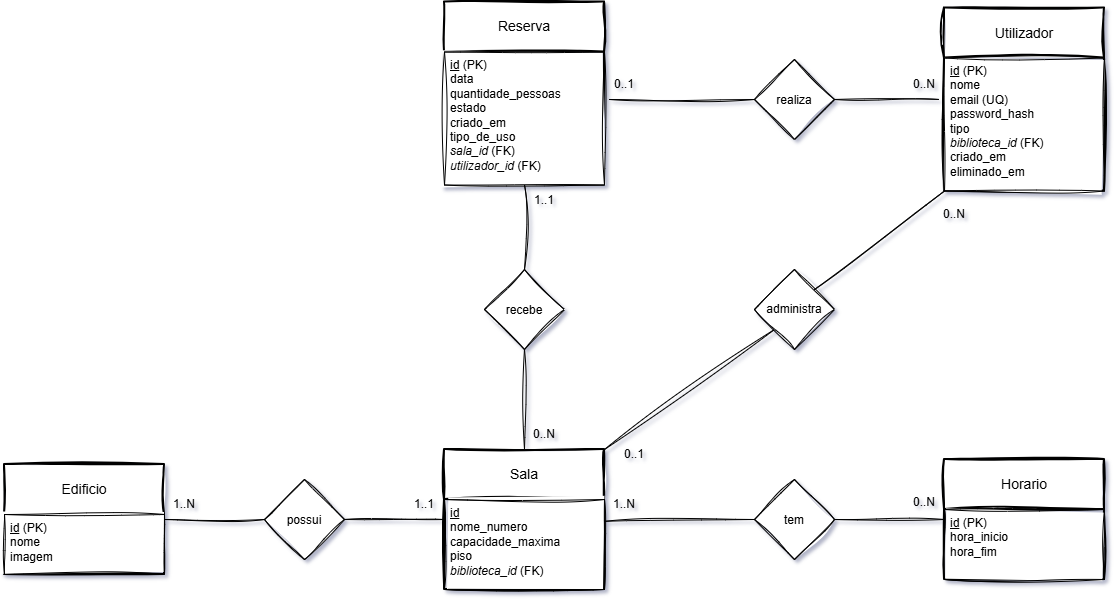
The draw.io diagram LAPR_projeto.drawio.png in TiagoCC23/2024118083_2024116801-LAPRTP1, before a commit. Source tidied: cells renumbered, new cells last; positions are measured from the earlier drawing's top-left corner, leaving out a move shared by most shapes.
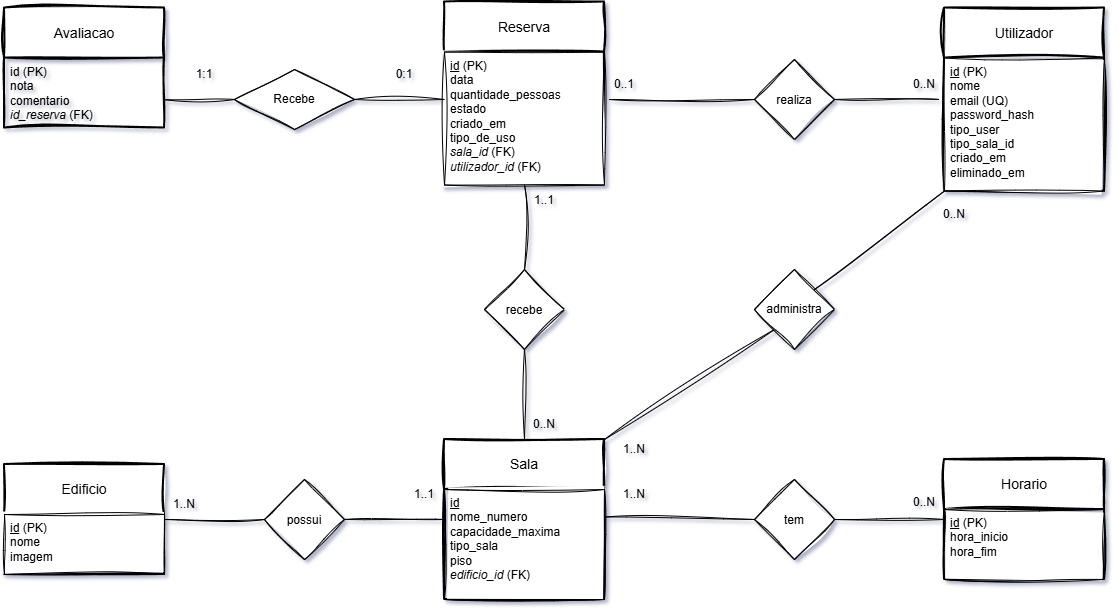
The same diagram one commit later.

What changed in the source:
```diff
@@ -9,10 +9,10 @@
       <mxGeometry y="50" width="160" height="60" as="geometry" />
     </mxCell>
     <mxCell id="4" value="Sala" style="swimlane;horizontal=1;startSize=50;rounded=0;fontSize=14;fontStyle=0;strokeWidth=2;shadow=0;dashed=0;align=center;arcSize=0;whiteSpace=wrap;html=1;sketch=1;curveFitting=1;jiggle=2;" parent="1" vertex="1">
-      <mxGeometry x="440" y="448" width="160" height="140" as="geometry" />
+      <mxGeometry x="440" y="438" width="160" height="160" as="geometry" />
     </mxCell>
-    <mxCell id="5" value="&lt;u&gt;id&lt;/u&gt;&lt;div&gt;nome_numero&lt;/div&gt;&lt;div&gt;capacidade_maxima&lt;/div&gt;&lt;div&gt;piso&lt;/div&gt;&lt;div&gt;&lt;i&gt;biblioteca_id&amp;nbsp;&lt;/i&gt;&lt;span style=&quot;background-color: transparent; color: light-dark(rgb(0, 0, 0), rgb(255, 255, 255));&quot;&gt;(FK)&lt;/span&gt;&lt;/div&gt;" style="align=left;spacingLeft=4;spacingRight=4;fontSize=12;verticalAlign=top;html=1;whiteSpace=wrap;shadow=0;rounded=0;sketch=1;curveFitting=1;jiggle=2;" parent="4" vertex="1">
-      <mxGeometry y="50" width="160" height="90" as="geometry" />
+    <mxCell id="5" value="&lt;u&gt;id&lt;/u&gt;&lt;div&gt;nome_numero&lt;/div&gt;&lt;div&gt;capacidade_maxima&lt;/div&gt;&lt;div&gt;tipo_sala&lt;/div&gt;&lt;div&gt;piso&lt;/div&gt;&lt;div&gt;&lt;i&gt;edificio_id&amp;nbsp;&lt;/i&gt;&lt;span style=&quot;background-color: transparent; color: light-dark(rgb(0, 0, 0), rgb(255, 255, 255));&quot;&gt;(FK)&lt;/span&gt;&lt;/div&gt;" style="align=left;spacingLeft=4;spacingRight=4;fontSize=12;verticalAlign=top;html=1;whiteSpace=wrap;shadow=0;rounded=0;sketch=1;curveFitting=1;jiggle=2;" parent="4" vertex="1">
+      <mxGeometry y="50" width="160" height="110" as="geometry" />
     </mxCell>
     <mxCell id="6" value="Horario" style="swimlane;horizontal=1;startSize=50;rounded=0;fontSize=14;fontStyle=0;strokeWidth=2;shadow=0;dashed=0;align=center;arcSize=0;whiteSpace=wrap;html=1;sketch=1;curveFitting=1;jiggle=2;" parent="1" vertex="1">
       <mxGeometry x="940" y="458" width="160" height="120" as="geometry" />
@@ -23,7 +23,7 @@
     <mxCell id="8" value="Utilizador" style="swimlane;horizontal=1;startSize=50;rounded=0;fontSize=14;fontStyle=0;strokeWidth=2;shadow=0;dashed=0;align=center;arcSize=0;whiteSpace=wrap;html=1;sketch=1;curveFitting=1;jiggle=2;" parent="1" vertex="1">
       <mxGeometry x="940" y="6.5" width="160" height="183" as="geometry" />
     </mxCell>
-    <mxCell id="9" value="&lt;u&gt;id&lt;/u&gt;&amp;nbsp;(PK)&lt;div&gt;nome&lt;/div&gt;&lt;div&gt;email (UQ)&lt;/div&gt;&lt;div&gt;password_hash&lt;/div&gt;&lt;div&gt;tipo&lt;/div&gt;&lt;div&gt;&lt;i&gt;biblioteca_id&amp;nbsp;&lt;/i&gt;&lt;span style=&quot;background-color: transparent; color: light-dark(rgb(0, 0, 0), rgb(255, 255, 255));&quot;&gt;(FK)&lt;/span&gt;&lt;/div&gt;&lt;div&gt;criado_em&lt;/div&gt;&lt;div&gt;eliminado_em&lt;/div&gt;" style="align=left;spacingLeft=4;spacingRight=4;fontSize=12;verticalAlign=top;html=1;whiteSpace=wrap;shadow=0;rounded=0;sketch=1;curveFitting=1;jiggle=2;" parent="8" vertex="1">
+    <mxCell id="9" value="&lt;u&gt;id&lt;/u&gt;&amp;nbsp;(PK)&lt;div&gt;nome&lt;/div&gt;&lt;div&gt;email (UQ)&lt;/div&gt;&lt;div&gt;password_hash&lt;/div&gt;&lt;div&gt;tipo_user&lt;/div&gt;&lt;div&gt;tipo_sala_id&lt;/div&gt;&lt;div&gt;&lt;span style=&quot;background-color: transparent; color: light-dark(rgb(0, 0, 0), rgb(255, 255, 255));&quot;&gt;criado_em&lt;/span&gt;&lt;/div&gt;&lt;div&gt;eliminado_em&lt;/div&gt;" style="align=left;spacingLeft=4;spacingRight=4;fontSize=12;verticalAlign=top;html=1;whiteSpace=wrap;shadow=0;rounded=0;sketch=1;curveFitting=1;jiggle=2;" parent="8" vertex="1">
       <mxGeometry y="50" width="160" height="133" as="geometry" />
     </mxCell>
     <mxCell id="10" value="Reserva" style="swimlane;horizontal=1;startSize=50;rounded=0;fontSize=14;fontStyle=0;strokeWidth=2;shadow=0;dashed=0;align=center;arcSize=0;whiteSpace=wrap;html=1;sketch=1;curveFitting=1;jiggle=2;" parent="1" vertex="1">
@@ -47,7 +47,7 @@
     <mxCell id="16" style="endArrow=none;html=1;rounded=0;exitX=1;exitY=0.5;exitDx=0;exitDy=0;shadow=0;sketch=1;curveFitting=1;jiggle=2;" parent="1" edge="1" source="2" target="15">
       <mxGeometry relative="1" as="geometry" />
     </mxCell>
-    <mxCell id="17" style="endArrow=none;html=1;rounded=0;entryX=0;entryY=0.5;entryDx=0;entryDy=0;exitX=0.158;exitY=1.062;exitDx=0;exitDy=0;exitPerimeter=0;shadow=0;sketch=1;curveFitting=1;jiggle=2;" parent="1" edge="1" source="26" target="13">
+    <mxCell id="17" style="endArrow=none;html=1;rounded=0;entryX=0;entryY=0.5;entryDx=0;entryDy=0;shadow=0;exitX=1;exitY=0.25;exitDx=0;exitDy=0;sketch=1;curveFitting=1;jiggle=2;" parent="1" edge="1" source="5" target="13">
       <mxGeometry relative="1" as="geometry" />
     </mxCell>
     <mxCell id="18" style="endArrow=none;html=1;rounded=0;entryX=1;entryY=0.5;entryDx=0;entryDy=0;exitX=0;exitY=0.5;exitDx=0;exitDy=0;shadow=0;sketch=1;curveFitting=1;jiggle=2;" parent="1" edge="1" source="6" target="13">
@@ -60,7 +60,7 @@
       <mxGeometry x="150" y="488" width="60" height="30" as="geometry" />
     </mxCell>
     <mxCell id="21" value="1..1" style="text;html=1;whiteSpace=wrap;align=center;verticalAlign=middle;rounded=0;shadow=0;sketch=1;curveFitting=1;jiggle=2;" parent="1" vertex="1">
-      <mxGeometry x="390" y="488" width="60" height="30" as="geometry" />
+      <mxGeometry x="390" y="478" width="60" height="30" as="geometry" />
     </mxCell>
     <mxCell id="22" value="0..N" style="text;html=1;whiteSpace=wrap;align=center;verticalAlign=middle;rounded=0;shadow=0;sketch=1;curveFitting=1;jiggle=2;" parent="1" vertex="1">
       <mxGeometry x="890" y="68" width="60" height="30" as="geometry" />
@@ -72,40 +72,63 @@
       <mxGeometry x="510" y="183.5" width="60" height="30" as="geometry" />
     </mxCell>
     <mxCell id="25" value="0..N" style="text;html=1;whiteSpace=wrap;align=center;verticalAlign=middle;rounded=0;shadow=0;sketch=1;curveFitting=1;jiggle=2;" parent="1" vertex="1">
-      <mxGeometry x="510" y="418" width="60" height="30" as="geometry" />
+      <mxGeometry x="510" y="408" width="60" height="30" as="geometry" />
     </mxCell>
     <mxCell id="26" value="1..N" style="text;html=1;whiteSpace=wrap;align=center;verticalAlign=middle;rounded=0;shadow=0;sketch=1;curveFitting=1;jiggle=2;" parent="1" vertex="1">
-      <mxGeometry x="590" y="488" width="60" height="30" as="geometry" />
+      <mxGeometry x="600" y="478" width="60" height="30" as="geometry" />
     </mxCell>
     <mxCell id="27" value="0..N" style="text;html=1;whiteSpace=wrap;align=center;verticalAlign=middle;rounded=0;shadow=0;sketch=1;curveFitting=1;jiggle=2;" parent="1" vertex="1">
       <mxGeometry x="890" y="486" width="60" height="30" as="geometry" />
     </mxCell>
-    <mxCell id="28" style="endArrow=none;html=1;rounded=0;sketch=1;hachureGap=4;jiggle=2;curveFitting=1;fontFamily=Architects Daughter;fontSource=https%3A%2F%2Ffonts.googleapis.com%2Fcss%3Ffamily%3DArchitects%2BDaughter;exitX=0.25;exitY=1;exitDx=0;exitDy=0;entryX=0;entryY=0.5;entryDx=0;entryDy=0;" parent="1" edge="1" source="23" target="12">
+    <mxCell id="28" style="endArrow=none;html=1;rounded=0;hachureGap=4;fontFamily=Architects Daughter;fontSource=https%3A%2F%2Ffonts.googleapis.com%2Fcss%3Ffamily%3DArchitects%2BDaughter;exitX=0.25;exitY=1;exitDx=0;exitDy=0;entryX=0;entryY=0.5;entryDx=0;entryDy=0;sketch=1;curveFitting=1;jiggle=2;" parent="1" edge="1" source="23" target="12">
       <mxGeometry relative="1" as="geometry" />
     </mxCell>
-    <mxCell id="29" style="endArrow=none;html=1;rounded=0;sketch=1;hachureGap=4;jiggle=2;curveFitting=1;fontFamily=Architects Daughter;fontSource=https%3A%2F%2Ffonts.googleapis.com%2Fcss%3Ffamily%3DArchitects%2BDaughter;entryX=1;entryY=0.5;entryDx=0;entryDy=0;exitX=0.75;exitY=1;exitDx=0;exitDy=0;" parent="1" edge="1" source="22" target="12">
+    <mxCell id="29" style="endArrow=none;html=1;rounded=0;hachureGap=4;fontFamily=Architects Daughter;fontSource=https%3A%2F%2Ffonts.googleapis.com%2Fcss%3Ffamily%3DArchitects%2BDaughter;entryX=1;entryY=0.5;entryDx=0;entryDy=0;exitX=0.75;exitY=1;exitDx=0;exitDy=0;sketch=1;curveFitting=1;jiggle=2;" parent="1" edge="1" source="22" target="12">
       <mxGeometry relative="1" as="geometry" />
     </mxCell>
-    <mxCell id="30" style="endArrow=none;html=1;rounded=0;sketch=1;hachureGap=4;jiggle=2;curveFitting=1;fontFamily=Architects Daughter;fontSource=https%3A%2F%2Ffonts.googleapis.com%2Fcss%3Ffamily%3DArchitects%2BDaughter;entryX=0.5;entryY=0;entryDx=0;entryDy=0;exitX=0.5;exitY=1;exitDx=0;exitDy=0;" parent="1" edge="1" source="11" target="14">
+    <mxCell id="30" style="endArrow=none;html=1;rounded=0;hachureGap=4;fontFamily=Architects Daughter;fontSource=https%3A%2F%2Ffonts.googleapis.com%2Fcss%3Ffamily%3DArchitects%2BDaughter;entryX=0.5;entryY=0;entryDx=0;entryDy=0;exitX=0.5;exitY=1;exitDx=0;exitDy=0;sketch=1;curveFitting=1;jiggle=2;" parent="1" edge="1" source="11" target="14">
       <mxGeometry relative="1" as="geometry" />
     </mxCell>
-    <mxCell id="31" style="endArrow=none;html=1;rounded=0;sketch=1;hachureGap=4;jiggle=2;curveFitting=1;fontFamily=Architects Daughter;fontSource=https%3A%2F%2Ffonts.googleapis.com%2Fcss%3Ffamily%3DArchitects%2BDaughter;exitX=0.5;exitY=1;exitDx=0;exitDy=0;entryX=0.5;entryY=0;entryDx=0;entryDy=0;" parent="1" edge="1" source="14" target="4">
+    <mxCell id="31" style="endArrow=none;html=1;rounded=0;hachureGap=4;fontFamily=Architects Daughter;fontSource=https%3A%2F%2Ffonts.googleapis.com%2Fcss%3Ffamily%3DArchitects%2BDaughter;exitX=0.5;exitY=1;exitDx=0;exitDy=0;entryX=0.5;entryY=0;entryDx=0;entryDy=0;sketch=1;curveFitting=1;jiggle=2;" parent="1" edge="1" source="14" target="4">
       <mxGeometry relative="1" as="geometry" />
     </mxCell>
     <mxCell id="32" value="administra" style="rhombus;whiteSpace=wrap;html=1;shapeInside=1;shadow=0;rounded=0;sketch=1;curveFitting=1;jiggle=2;" parent="1" vertex="1">
       <mxGeometry x="750" y="268" width="80" height="80" as="geometry" />
     </mxCell>
-    <mxCell id="33" style="endArrow=none;html=1;rounded=0;sketch=1;hachureGap=4;jiggle=2;curveFitting=1;fontFamily=Architects Daughter;fontSource=https%3A%2F%2Ffonts.googleapis.com%2Fcss%3Ffamily%3DArchitects%2BDaughter;exitX=1;exitY=0;exitDx=0;exitDy=0;entryX=0;entryY=1;entryDx=0;entryDy=0;" parent="1" edge="1" source="4" target="32">
+    <mxCell id="33" style="endArrow=none;html=1;rounded=0;hachureGap=4;fontFamily=Architects Daughter;fontSource=https%3A%2F%2Ffonts.googleapis.com%2Fcss%3Ffamily%3DArchitects%2BDaughter;exitX=1;exitY=0;exitDx=0;exitDy=0;entryX=0;entryY=1;entryDx=0;entryDy=0;sketch=1;curveFitting=1;jiggle=2;" parent="1" edge="1" source="4" target="32">
       <mxGeometry relative="1" as="geometry" />
     </mxCell>
-    <mxCell id="34" style="endArrow=none;html=1;rounded=0;sketch=1;hachureGap=4;jiggle=2;curveFitting=1;fontFamily=Architects Daughter;fontSource=https%3A%2F%2Ffonts.googleapis.com%2Fcss%3Ffamily%3DArchitects%2BDaughter;exitX=1;exitY=0;exitDx=0;exitDy=0;entryX=0;entryY=1;entryDx=0;entryDy=0;" parent="1" edge="1" source="32" target="9">
+    <mxCell id="34" style="endArrow=none;html=1;rounded=0;hachureGap=4;fontFamily=Architects Daughter;fontSource=https%3A%2F%2Ffonts.googleapis.com%2Fcss%3Ffamily%3DArchitects%2BDaughter;exitX=1;exitY=0;exitDx=0;exitDy=0;entryX=0;entryY=1;entryDx=0;entryDy=0;sketch=1;curveFitting=1;jiggle=2;" parent="1" edge="1" source="32" target="9">
       <mxGeometry relative="1" as="geometry" />
     </mxCell>
     <mxCell id="35" value="0..N" style="text;html=1;whiteSpace=wrap;align=center;verticalAlign=middle;rounded=0;shadow=0;sketch=1;curveFitting=1;jiggle=2;" parent="1" vertex="1">
       <mxGeometry x="920" y="198" width="60" height="30" as="geometry" />
     </mxCell>
-    <mxCell id="36" value="0..1" style="text;html=1;whiteSpace=wrap;align=center;verticalAlign=middle;rounded=0;shadow=0;sketch=1;curveFitting=1;jiggle=2;" parent="1" vertex="1">
-      <mxGeometry x="600" y="438" width="60" height="30" as="geometry" />
+    <mxCell id="36" value="1..N" style="text;html=1;whiteSpace=wrap;align=center;verticalAlign=middle;rounded=0;shadow=0;sketch=1;curveFitting=1;jiggle=2;" parent="1" vertex="1">
+      <mxGeometry x="600" y="433" width="60" height="30" as="geometry" />
     </mxCell>
+    <mxCell id="37" value="Avaliacao" style="swimlane;horizontal=1;startSize=50;rounded=0;fontSize=14;fontStyle=0;strokeWidth=2;shadow=0;dashed=0;align=center;arcSize=4;whiteSpace=wrap;html=1;swimlaneLine=1;sketch=1;curveFitting=1;jiggle=2;" parent="1" vertex="1">
+      <mxGeometry y="6.5" width="160" height="120" as="geometry" />
+    </mxCell>
+    <mxCell id="38" value="id (PK)&lt;div&gt;nota&lt;/div&gt;&lt;div&gt;comentario&lt;/div&gt;&lt;div&gt;&lt;i&gt;id_reserva&lt;/i&gt;&amp;nbsp;(FK)&lt;/div&gt;" style="align=left;strokeColor=none;fillColor=none;spacingLeft=4;spacingRight=4;fontSize=12;verticalAlign=top;html=1;whiteSpace=wrap;" parent="37" vertex="1">
+      <mxGeometry y="50" width="160" height="70" as="geometry" />
+    </mxCell>
+    <mxCell id="39" value="Recebe" style="shape=rhombus;perimeter=rhombusPerimeter;whiteSpace=wrap;html=1;align=center;sketch=1;curveFitting=1;jiggle=2;" parent="1" vertex="1">
+      <mxGeometry x="230" y="68" width="120" height="60" as="geometry" />
+    </mxCell>
+    <mxCell id="40" style="endArrow=none;html=1;rounded=0;exitX=1;exitY=0.5;exitDx=0;exitDy=0;sketch=1;curveFitting=1;jiggle=2;" parent="1" edge="1" source="39">
+      <mxGeometry relative="1" as="geometry">
+        <mxPoint x="440" y="98" as="targetPoint" />
+      </mxGeometry>
+    </mxCell>
+    <mxCell id="41" style="endArrow=none;html=1;rounded=0;entryX=0;entryY=0.5;entryDx=0;entryDy=0;exitX=1.002;exitY=0.596;exitDx=0;exitDy=0;exitPerimeter=0;sketch=1;curveFitting=1;jiggle=2;" parent="1" edge="1" source="38" target="39">
+      <mxGeometry relative="1" as="geometry" />
+    </mxCell>
+    <mxCell id="42" value="0:1" style="text;html=1;whiteSpace=wrap;strokeColor=none;fillColor=none;align=center;verticalAlign=middle;rounded=0;" parent="1" vertex="1">
+      <mxGeometry x="370" y="58" width="60" height="30" as="geometry" />
+    </mxCell>
+    <mxCell id="43" value="1:1" style="text;html=1;whiteSpace=wrap;strokeColor=none;fillColor=none;align=center;verticalAlign=middle;rounded=0;" parent="1" vertex="1">
+      <mxGeometry x="170" y="58" width="60" height="30" as="geometry" />
+    </mxCell>
   </root>
 </mxGraphModel>
```
